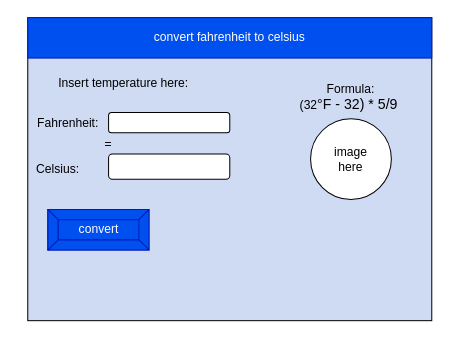
Before: design/story-board.drawio in Liya-Getachew/ICS2O-Unit3-04-JS, a draw.io diagram. Source tidied: cells renumbered, new cells numbered last; positions are measured from the earlier drawing's top-left corner, leaving out a move shared by most shapes. Both pictures are drawn from the tidied source at 101%, with x=0, y=0 at pixel (27, 17).
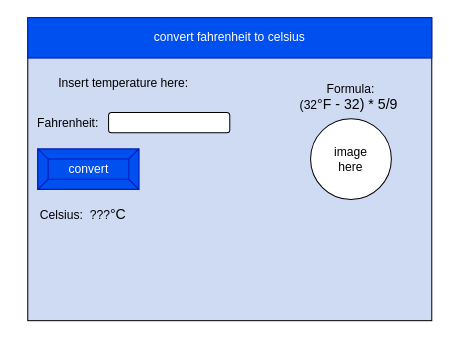
Above is the later version.

Commit message (it also covers changes not shown here):
board and chart png

Change to the diagram source:
```diff
@@
 <mxGraphModel>
   <root>
     <mxCell id="0" />
     <mxCell id="1" parent="0" />
     <mxCell id="2" style="rounded=0;whiteSpace=wrap;html=1;fillColor=#CEDBF2;" parent="1" vertex="1">
       <mxGeometry width="400" height="300" as="geometry" />
     </mxCell>
     <mxCell id="3" value="convert fahrenheit to celsius" style="rounded=0;whiteSpace=wrap;html=1;fillColor=#0050ef;fontColor=#ffffff;strokeColor=#001DBC;" parent="1" vertex="1">
       <mxGeometry width="400" height="40" as="geometry" />
     </mxCell>
     <mxCell id="4" value="convert" style="labelPosition=center;verticalLabelPosition=middle;align=center;html=1;shape=mxgraph.basic.button;dx=10;fillColor=#0050ef;fontColor=#FFFFFF;strokeColor=#001DBC;" parent="1" vertex="1">
-      <mxGeometry x="20" y="190" width="100" height="40" as="geometry" />
+      <mxGeometry x="10" y="130" width="100" height="40" as="geometry" />
     </mxCell>
     <mxCell id="5" value="&lt;font color=&quot;#000000&quot;&gt;Insert temperature here:&lt;/font&gt;" style="text;html=1;strokeColor=none;fillColor=none;align=center;verticalAlign=middle;whiteSpace=wrap;rounded=0;fontColor=#FFFFFF;" parent="1" vertex="1">
       <mxGeometry x="10" y="50" width="170" height="30" as="geometry" />
     </mxCell>
     <mxCell id="6" style="ellipse;whiteSpace=wrap;html=1;fontColor=#000000;fillColor=#FFFFFF;" parent="1" vertex="1">
       <mxGeometry x="280" y="100" width="80" height="80" as="geometry" />
     </mxCell>
     <mxCell id="7" value="image here" style="text;html=1;strokeColor=none;fillColor=none;align=center;verticalAlign=middle;whiteSpace=wrap;rounded=0;fontColor=#000000;" parent="1" vertex="1">
       <mxGeometry x="290" y="125" width="60" height="30" as="geometry" />
     </mxCell>
     <mxCell id="8" value="Fahrenheit:" style="text;html=1;strokeColor=none;fillColor=none;align=center;verticalAlign=middle;whiteSpace=wrap;rounded=0;fontColor=#000000;" parent="1" vertex="1">
       <mxGeometry x="10" y="90" width="60" height="30" as="geometry" />
     </mxCell>
-    <mxCell id="9" value="=" style="text;html=1;strokeColor=none;fillColor=none;align=center;verticalAlign=middle;whiteSpace=wrap;rounded=0;fontColor=#000000;" parent="1" vertex="1">
-      <mxGeometry x="50" y="111" width="60" height="30" as="geometry" />
-    </mxCell>
-    <mxCell id="10" value="Celsius:" style="text;html=1;strokeColor=none;fillColor=none;align=center;verticalAlign=middle;whiteSpace=wrap;rounded=0;fontColor=#000000;" parent="1" vertex="1">
-      <mxGeometry y="135" width="60" height="30" as="geometry" />
+    <mxCell id="10" value="Celsius:&amp;nbsp; ???&lt;span style=&quot;font-family: &amp;#34;arial&amp;#34; , sans-serif ; font-size: 14px ; text-align: left&quot;&gt;°C&lt;/span&gt;" style="text;html=1;strokeColor=none;fillColor=none;align=center;verticalAlign=middle;whiteSpace=wrap;rounded=0;fontColor=#000000;" parent="1" vertex="1">
+      <mxGeometry x="-10" y="180" width="130" height="30" as="geometry" />
     </mxCell>
     <mxCell id="11" style="rounded=1;whiteSpace=wrap;html=1;fontColor=#000000;fillColor=#FFFFFF;" parent="1" vertex="1">
       <mxGeometry x="80" y="94" width="120" height="20" as="geometry" />
     </mxCell>
-    <mxCell id="12" style="rounded=1;whiteSpace=wrap;html=1;fontColor=#000000;fillColor=#FFFFFF;" parent="1" vertex="1">
-      <mxGeometry x="80" y="135" width="120" height="25" as="geometry" />
-    </mxCell>
     <mxCell id="13" value="Formula:&lt;br&gt;(32&lt;span style=&quot;font-family: &amp;#34;arial&amp;#34; , sans-serif ; font-size: 14px ; text-align: left&quot;&gt;°F - 32) * 5/9&amp;nbsp;&lt;/span&gt;" style="text;html=1;strokeColor=none;fillColor=none;align=center;verticalAlign=middle;whiteSpace=wrap;rounded=0;fontColor=#000000;" parent="1" vertex="1">
       <mxGeometry x="245" y="64" width="150" height="30" as="geometry" />
     </mxCell>
   </root>
 </mxGraphModel>
```
